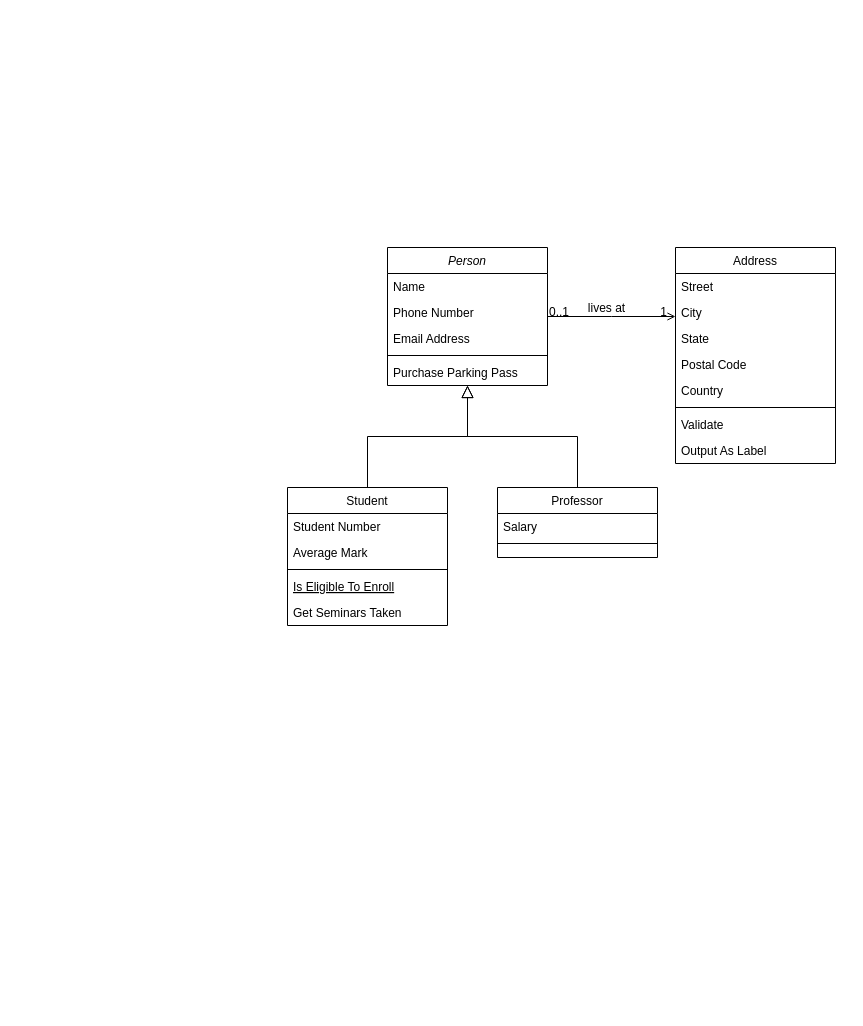
The draw.io diagram Diagrama de Classe - Ferramenta de Produtividade.drawio in Konitch/Diagram, before the edit. Source tidied: cells renumbered, new cells numbered last; positions are measured from the earlier drawing's top-left corner, leaving out a move shared by most shapes. Both pictures are drawn from the tidied source at 100%, with x=0, y=0 at pixel (287, 247).
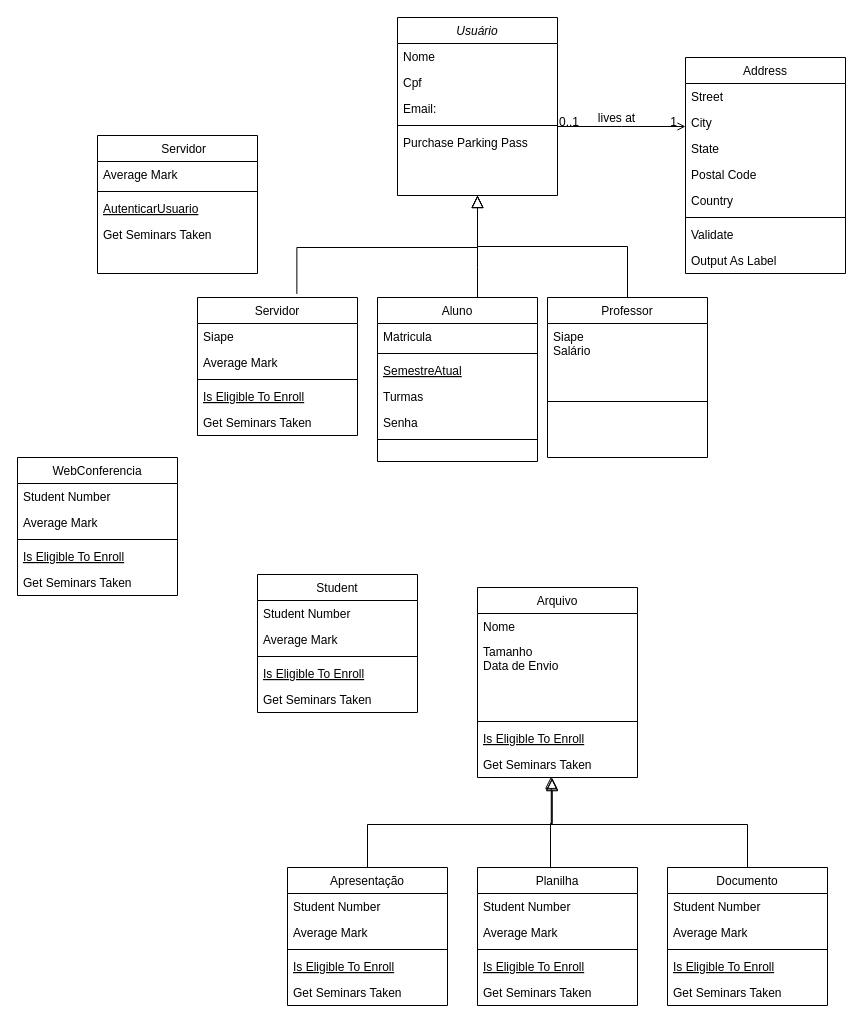
The same diagram, later.

The edit, as a diff of the source:
```diff
@@
-    <mxCell id="2" value="Person" style="swimlane;fontStyle=2;align=center;verticalAlign=top;horizontal=1;startSize=26;rounded=0;shadow=0;strokeWidth=1;" parent="1" vertex="1">
-      <mxGeometry x="100" width="160" height="138" as="geometry" />
+    <mxCell id="2" value="Usuário" style="swimlane;fontStyle=2;align=center;verticalAlign=top;horizontal=1;startSize=26;rounded=0;shadow=0;strokeWidth=1;" parent="1" vertex="1">
+      <mxGeometry x="110" y="-230" width="160" height="178" as="geometry" />
     </mxCell>
-    <mxCell id="3" value="Name" style="text;align=left;verticalAlign=top;spacingLeft=4;spacingRight=4;overflow=hidden;" parent="2" vertex="1">
+    <mxCell id="3" value="Nome" style="text;align=left;verticalAlign=top;spacingLeft=4;spacingRight=4;overflow=hidden;" parent="2" vertex="1">
       <mxGeometry y="26" width="160" height="26" as="geometry" />
     </mxCell>
-    <mxCell id="4" value="Phone Number" style="text;align=left;verticalAlign=top;spacingLeft=4;spacingRight=4;overflow=hidden;rounded=0;shadow=0;html=0;" parent="2" vertex="1">
+    <mxCell id="4" value="Cpf" style="text;align=left;verticalAlign=top;spacingLeft=4;spacingRight=4;overflow=hidden;rounded=0;shadow=0;html=0;" parent="2" vertex="1">
       <mxGeometry y="52" width="160" height="26" as="geometry" />
     </mxCell>
-    <mxCell id="5" value="Email Address" style="text;align=left;verticalAlign=top;spacingLeft=4;spacingRight=4;overflow=hidden;rounded=0;shadow=0;html=0;" parent="2" vertex="1">
+    <mxCell id="5" value="Email:" style="text;align=left;verticalAlign=top;spacingLeft=4;spacingRight=4;overflow=hidden;rounded=0;shadow=0;html=0;" parent="2" vertex="1">
       <mxGeometry y="78" width="160" height="26" as="geometry" />
     </mxCell>
@@
-    <mxCell id="8" value="Student" style="swimlane;fontStyle=0;align=center;verticalAlign=top;horizontal=1;startSize=26;rounded=0;shadow=0;strokeWidth=1;" parent="1" vertex="1">
-      <mxGeometry y="240" width="160" height="138" as="geometry" />
+    <mxCell id="8" value="Aluno" style="swimlane;fontStyle=0;align=center;verticalAlign=top;horizontal=1;startSize=26;rounded=0;shadow=0;strokeWidth=1;" parent="1" vertex="1">
+      <mxGeometry x="90" y="50" width="160" height="164" as="geometry" />
     </mxCell>
-    <mxCell id="9" value="Student Number" style="text;align=left;verticalAlign=top;spacingLeft=4;spacingRight=4;overflow=hidden;" parent="8" vertex="1">
+    <mxCell id="9" value="Matricula" style="text;align=left;verticalAlign=top;spacingLeft=4;spacingRight=4;overflow=hidden;" parent="8" vertex="1">
       <mxGeometry y="26" width="160" height="26" as="geometry" />
     </mxCell>
-    <mxCell id="10" value="Average Mark" style="text;align=left;verticalAlign=top;spacingLeft=4;spacingRight=4;overflow=hidden;rounded=0;shadow=0;html=0;" parent="8" vertex="1">
-      <mxGeometry y="52" width="160" height="26" as="geometry" />
-    </mxCell>
     <mxCell id="11" style="line;html=1;strokeWidth=1;align=left;verticalAlign=middle;spacingTop=-1;spacingLeft=3;spacingRight=3;labelPosition=right;" parent="8" vertex="1">
-      <mxGeometry y="78" width="160" height="8" as="geometry" />
+      <mxGeometry y="52" width="160" height="8" as="geometry" />
     </mxCell>
-    <mxCell id="12" value="Is Eligible To Enroll" style="text;align=left;verticalAlign=top;spacingLeft=4;spacingRight=4;overflow=hidden;fontStyle=4;" parent="8" vertex="1">
-      <mxGeometry y="86" width="160" height="26" as="geometry" />
+    <mxCell id="12" value="SemestreAtual" style="text;align=left;verticalAlign=top;spacingLeft=4;spacingRight=4;overflow=hidden;fontStyle=4;" parent="8" vertex="1">
+      <mxGeometry y="60" width="160" height="26" as="geometry" />
     </mxCell>
+    <mxCell id="32" value="Turmas&#10;" style="text;align=left;verticalAlign=top;spacingLeft=4;spacingRight=4;overflow=hidden;" parent="8" vertex="1">
+      <mxGeometry y="86" width="160" height="26" as="geometry" />
+    </mxCell>
-    <mxCell id="13" value="Get Seminars Taken" style="text;align=left;verticalAlign=top;spacingLeft=4;spacingRight=4;overflow=hidden;" parent="8" vertex="1">
+    <mxCell id="13" value="Senha" style="text;align=left;verticalAlign=top;spacingLeft=4;spacingRight=4;overflow=hidden;" parent="8" vertex="1">
       <mxGeometry y="112" width="160" height="26" as="geometry" />
     </mxCell>
+    <mxCell id="33" style="line;html=1;strokeWidth=1;align=left;verticalAlign=middle;spacingTop=-1;spacingLeft=3;spacingRight=3;labelPosition=right;" parent="8" vertex="1">
+      <mxGeometry y="138" width="160" height="8" as="geometry" />
+    </mxCell>
     <mxCell id="14" style="endArrow=block;endSize=10;endFill=0;shadow=0;strokeWidth=1;rounded=0;edgeStyle=elbowEdgeStyle;elbow=vertical;" parent="1" edge="1" source="8" target="2">
-      <mxGeometry relative="1" as="geometry" />
+      <mxGeometry relative="1" as="geometry">
+        <Array as="points">
+          <mxPoint x="190" y="20" />
+        </Array>
+      </mxGeometry>
     </mxCell>
     <mxCell id="15" value="Professor" style="swimlane;fontStyle=0;align=center;verticalAlign=top;horizontal=1;startSize=26;rounded=0;shadow=0;strokeWidth=1;" parent="1" vertex="1">
-      <mxGeometry x="210" y="240" width="160" height="70" as="geometry" />
+      <mxGeometry x="260" y="50" width="160" height="160" as="geometry" />
     </mxCell>
-    <mxCell id="16" value="Salary" style="text;align=left;verticalAlign=top;spacingLeft=4;spacingRight=4;overflow=hidden;" parent="15" vertex="1">
-      <mxGeometry y="26" width="160" height="26" as="geometry" />
+    <mxCell id="16" value="Siape&#10;Salário" style="text;align=left;verticalAlign=top;spacingLeft=4;spacingRight=4;overflow=hidden;" parent="15" vertex="1">
+      <mxGeometry y="26" width="160" height="74" as="geometry" />
     </mxCell>
     <mxCell id="17" style="line;html=1;strokeWidth=1;align=left;verticalAlign=middle;spacingTop=-1;spacingLeft=3;spacingRight=3;labelPosition=right;" parent="15" vertex="1">
-      <mxGeometry y="52" width="160" height="8" as="geometry" />
+      <mxGeometry y="100" width="160" height="8" as="geometry" />
     </mxCell>
@@
     <mxCell id="19" value="Address" style="swimlane;fontStyle=0;align=center;verticalAlign=top;horizontal=1;startSize=26;rounded=0;shadow=0;strokeWidth=1;" parent="1" vertex="1">
-      <mxGeometry x="388" width="160" height="216" as="geometry" />
+      <mxGeometry x="398" y="-190" width="160" height="216" as="geometry" />
     </mxCell>
@@
+    <mxCell id="34" value="Documento" style="swimlane;fontStyle=0;align=center;verticalAlign=top;horizontal=1;startSize=26;rounded=0;shadow=0;strokeWidth=1;" parent="1" vertex="1">
+      <mxGeometry x="380" y="620" width="160" height="138" as="geometry" />
+    </mxCell>
+    <mxCell id="35" value="Student Number" style="text;align=left;verticalAlign=top;spacingLeft=4;spacingRight=4;overflow=hidden;" parent="34" vertex="1">
+      <mxGeometry y="26" width="160" height="26" as="geometry" />
+    </mxCell>
+    <mxCell id="36" value="Average Mark" style="text;align=left;verticalAlign=top;spacingLeft=4;spacingRight=4;overflow=hidden;rounded=0;shadow=0;html=0;" parent="34" vertex="1">
+      <mxGeometry y="52" width="160" height="26" as="geometry" />
+    </mxCell>
+    <mxCell id="37" style="line;html=1;strokeWidth=1;align=left;verticalAlign=middle;spacingTop=-1;spacingLeft=3;spacingRight=3;labelPosition=right;" parent="34" vertex="1">
+      <mxGeometry y="78" width="160" height="8" as="geometry" />
+    </mxCell>
+    <mxCell id="38" value="Is Eligible To Enroll" style="text;align=left;verticalAlign=top;spacingLeft=4;spacingRight=4;overflow=hidden;fontStyle=4;" parent="34" vertex="1">
+      <mxGeometry y="86" width="160" height="26" as="geometry" />
+    </mxCell>
+    <mxCell id="39" value="Get Seminars Taken" style="text;align=left;verticalAlign=top;spacingLeft=4;spacingRight=4;overflow=hidden;" parent="34" vertex="1">
+      <mxGeometry y="112" width="160" height="26" as="geometry" />
+    </mxCell>
+    <mxCell id="40" value="Arquivo" style="swimlane;fontStyle=0;align=center;verticalAlign=top;horizontal=1;startSize=26;rounded=0;shadow=0;strokeWidth=1;" parent="1" vertex="1">
+      <mxGeometry x="190" y="340" width="160" height="190" as="geometry" />
+    </mxCell>
+    <mxCell id="41" value="Nome" style="text;align=left;verticalAlign=top;spacingLeft=4;spacingRight=4;overflow=hidden;" parent="40" vertex="1">
+      <mxGeometry y="26" width="160" height="26" as="geometry" />
+    </mxCell>
+    <mxCell id="42" value="Tamanho&lt;br&gt;Data de Envio" style="text;align=left;verticalAlign=top;spacingLeft=4;spacingRight=0;overflow=hidden;rounded=0;shadow=0;spacingTop=-1;spacingBottom=0;spacing=2;html=1;" parent="40" vertex="1">
+      <mxGeometry y="52" width="160" height="78" as="geometry" />
+    </mxCell>
+    <mxCell id="43" style="line;html=1;strokeWidth=1;align=left;verticalAlign=middle;spacingTop=-1;spacingLeft=3;spacingRight=3;labelPosition=right;" parent="40" vertex="1">
+      <mxGeometry y="130" width="160" height="8" as="geometry" />
+    </mxCell>
+    <mxCell id="44" value="Is Eligible To Enroll" style="text;align=left;verticalAlign=top;spacingLeft=4;spacingRight=4;overflow=hidden;fontStyle=4;" parent="40" vertex="1">
+      <mxGeometry y="138" width="160" height="26" as="geometry" />
+    </mxCell>
+    <mxCell id="45" value="Get Seminars Taken" style="text;align=left;verticalAlign=top;spacingLeft=4;spacingRight=4;overflow=hidden;points=[[0,0.5],[1,0.5]];portConstraint=eastwest;" parent="40" vertex="1">
+      <mxGeometry y="164" width="160" height="26" as="geometry" />
+    </mxCell>
+    <mxCell id="46" value="Planilha" style="swimlane;fontStyle=0;align=center;verticalAlign=top;horizontal=1;startSize=26;rounded=0;shadow=0;strokeWidth=1;" parent="1" vertex="1">
+      <mxGeometry x="190" y="620" width="160" height="138" as="geometry" />
+    </mxCell>
+    <mxCell id="47" value="Student Number" style="text;align=left;verticalAlign=top;spacingLeft=4;spacingRight=4;overflow=hidden;" parent="46" vertex="1">
+      <mxGeometry y="26" width="160" height="26" as="geometry" />
+    </mxCell>
+    <mxCell id="48" value="Average Mark" style="text;align=left;verticalAlign=top;spacingLeft=4;spacingRight=4;overflow=hidden;rounded=0;shadow=0;html=0;" parent="46" vertex="1">
+      <mxGeometry y="52" width="160" height="26" as="geometry" />
+    </mxCell>
+    <mxCell id="49" style="line;html=1;strokeWidth=1;align=left;verticalAlign=middle;spacingTop=-1;spacingLeft=3;spacingRight=3;labelPosition=right;" parent="46" vertex="1">
+      <mxGeometry y="78" width="160" height="8" as="geometry" />
+    </mxCell>
+    <mxCell id="50" value="Is Eligible To Enroll" style="text;align=left;verticalAlign=top;spacingLeft=4;spacingRight=4;overflow=hidden;fontStyle=4;" parent="46" vertex="1">
+      <mxGeometry y="86" width="160" height="26" as="geometry" />
+    </mxCell>
+    <mxCell id="51" value="Get Seminars Taken" style="text;align=left;verticalAlign=top;spacingLeft=4;spacingRight=4;overflow=hidden;" parent="46" vertex="1">
+      <mxGeometry y="112" width="160" height="26" as="geometry" />
+    </mxCell>
+    <mxCell id="52" value="Apresentação" style="swimlane;fontStyle=0;align=center;verticalAlign=top;horizontal=1;startSize=26;rounded=0;shadow=0;strokeWidth=1;" parent="1" vertex="1">
+      <mxGeometry y="620" width="160" height="138" as="geometry" />
+    </mxCell>
+    <mxCell id="53" value="Student Number" style="text;align=left;verticalAlign=top;spacingLeft=4;spacingRight=4;overflow=hidden;" parent="52" vertex="1">
+      <mxGeometry y="26" width="160" height="26" as="geometry" />
+    </mxCell>
+    <mxCell id="54" value="Average Mark" style="text;align=left;verticalAlign=top;spacingLeft=4;spacingRight=4;overflow=hidden;rounded=0;shadow=0;html=0;" parent="52" vertex="1">
+      <mxGeometry y="52" width="160" height="26" as="geometry" />
+    </mxCell>
+    <mxCell id="55" style="line;html=1;strokeWidth=1;align=left;verticalAlign=middle;spacingTop=-1;spacingLeft=3;spacingRight=3;labelPosition=right;" parent="52" vertex="1">
+      <mxGeometry y="78" width="160" height="8" as="geometry" />
+    </mxCell>
+    <mxCell id="56" value="Is Eligible To Enroll" style="text;align=left;verticalAlign=top;spacingLeft=4;spacingRight=4;overflow=hidden;fontStyle=4;" parent="52" vertex="1">
+      <mxGeometry y="86" width="160" height="26" as="geometry" />
+    </mxCell>
+    <mxCell id="57" value="Get Seminars Taken" style="text;align=left;verticalAlign=top;spacingLeft=4;spacingRight=4;overflow=hidden;" parent="52" vertex="1">
+      <mxGeometry y="112" width="160" height="26" as="geometry" />
+    </mxCell>
+    <mxCell id="58" value="Student" style="swimlane;fontStyle=0;align=center;verticalAlign=top;horizontal=1;startSize=26;rounded=0;shadow=0;strokeWidth=1;" parent="1" vertex="1">
+      <mxGeometry x="-30" y="327" width="160" height="138" as="geometry" />
+    </mxCell>
+    <mxCell id="59" value="Student Number" style="text;align=left;verticalAlign=top;spacingLeft=4;spacingRight=4;overflow=hidden;" parent="58" vertex="1">
+      <mxGeometry y="26" width="160" height="26" as="geometry" />
+    </mxCell>
+    <mxCell id="60" value="Average Mark" style="text;align=left;verticalAlign=top;spacingLeft=4;spacingRight=4;overflow=hidden;rounded=0;shadow=0;html=0;" parent="58" vertex="1">
+      <mxGeometry y="52" width="160" height="26" as="geometry" />
+    </mxCell>
+    <mxCell id="61" style="line;html=1;strokeWidth=1;align=left;verticalAlign=middle;spacingTop=-1;spacingLeft=3;spacingRight=3;labelPosition=right;" parent="58" vertex="1">
+      <mxGeometry y="78" width="160" height="8" as="geometry" />
+    </mxCell>
+    <mxCell id="62" value="Is Eligible To Enroll" style="text;align=left;verticalAlign=top;spacingLeft=4;spacingRight=4;overflow=hidden;fontStyle=4;" parent="58" vertex="1">
+      <mxGeometry y="86" width="160" height="26" as="geometry" />
+    </mxCell>
+    <mxCell id="63" value="Get Seminars Taken" style="text;align=left;verticalAlign=top;spacingLeft=4;spacingRight=4;overflow=hidden;" parent="58" vertex="1">
+      <mxGeometry y="112" width="160" height="26" as="geometry" />
+    </mxCell>
+    <mxCell id="64" value="Servidor" style="swimlane;fontStyle=0;align=center;verticalAlign=top;horizontal=1;startSize=26;rounded=0;shadow=0;strokeWidth=1;" parent="1" vertex="1">
+      <mxGeometry x="-90" y="50" width="160" height="138" as="geometry" />
+    </mxCell>
+    <mxCell id="65" value="Siape" style="text;align=left;verticalAlign=top;spacingLeft=4;spacingRight=4;overflow=hidden;" parent="64" vertex="1">
+      <mxGeometry y="26" width="160" height="26" as="geometry" />
+    </mxCell>
+    <mxCell id="66" value="Average Mark" style="text;align=left;verticalAlign=top;spacingLeft=4;spacingRight=4;overflow=hidden;rounded=0;shadow=0;html=0;" parent="64" vertex="1">
+      <mxGeometry y="52" width="160" height="26" as="geometry" />
+    </mxCell>
+    <mxCell id="67" style="line;html=1;strokeWidth=1;align=left;verticalAlign=middle;spacingTop=-1;spacingLeft=3;spacingRight=3;labelPosition=right;" parent="64" vertex="1">
+      <mxGeometry y="78" width="160" height="8" as="geometry" />
+    </mxCell>
+    <mxCell id="68" value="Is Eligible To Enroll" style="text;align=left;verticalAlign=top;spacingLeft=4;spacingRight=4;overflow=hidden;fontStyle=4;" parent="64" vertex="1">
+      <mxGeometry y="86" width="160" height="26" as="geometry" />
+    </mxCell>
+    <mxCell id="69" value="Get Seminars Taken" style="text;align=left;verticalAlign=top;spacingLeft=4;spacingRight=4;overflow=hidden;" parent="64" vertex="1">
+      <mxGeometry y="112" width="160" height="26" as="geometry" />
+    </mxCell>
+    <mxCell id="70" value="    Servidor" style="swimlane;fontStyle=0;align=center;verticalAlign=top;horizontal=1;startSize=26;rounded=0;shadow=0;strokeWidth=1;" parent="1" vertex="1">
+      <mxGeometry x="-190" y="-112" width="160" height="138" as="geometry" />
+    </mxCell>
+    <mxCell id="71" value="Average Mark" style="text;align=left;verticalAlign=top;spacingLeft=4;spacingRight=4;overflow=hidden;rounded=0;shadow=0;html=0;" parent="70" vertex="1">
+      <mxGeometry y="26" width="160" height="26" as="geometry" />
+    </mxCell>
+    <mxCell id="72" style="line;html=1;strokeWidth=1;align=left;verticalAlign=middle;spacingTop=-1;spacingLeft=3;spacingRight=3;labelPosition=right;" parent="70" vertex="1">
+      <mxGeometry y="52" width="160" height="8" as="geometry" />
+    </mxCell>
+    <mxCell id="73" value="AutenticarUsuario" style="text;align=left;verticalAlign=top;spacingLeft=4;spacingRight=4;overflow=hidden;fontStyle=4;" parent="70" vertex="1">
+      <mxGeometry y="60" width="160" height="26" as="geometry" />
+    </mxCell>
+    <mxCell id="74" value="Get Seminars Taken" style="text;align=left;verticalAlign=top;spacingLeft=4;spacingRight=4;overflow=hidden;" parent="70" vertex="1">
+      <mxGeometry y="86" width="160" height="26" as="geometry" />
+    </mxCell>
+    <mxCell id="75" value="WebConferencia" style="swimlane;fontStyle=0;align=center;verticalAlign=top;horizontal=1;startSize=26;rounded=0;shadow=0;strokeWidth=1;" parent="1" vertex="1">
+      <mxGeometry x="-270" y="210" width="160" height="138" as="geometry" />
+    </mxCell>
+    <mxCell id="76" value="Student Number" style="text;align=left;verticalAlign=top;spacingLeft=4;spacingRight=4;overflow=hidden;" parent="75" vertex="1">
+      <mxGeometry y="26" width="160" height="26" as="geometry" />
+    </mxCell>
+    <mxCell id="77" value="Average Mark" style="text;align=left;verticalAlign=top;spacingLeft=4;spacingRight=4;overflow=hidden;rounded=0;shadow=0;html=0;" parent="75" vertex="1">
+      <mxGeometry y="52" width="160" height="26" as="geometry" />
+    </mxCell>
+    <mxCell id="78" style="line;html=1;strokeWidth=1;align=left;verticalAlign=middle;spacingTop=-1;spacingLeft=3;spacingRight=3;labelPosition=right;" parent="75" vertex="1">
+      <mxGeometry y="78" width="160" height="8" as="geometry" />
+    </mxCell>
+    <mxCell id="79" value="Is Eligible To Enroll" style="text;align=left;verticalAlign=top;spacingLeft=4;spacingRight=4;overflow=hidden;fontStyle=4;" parent="75" vertex="1">
+      <mxGeometry y="86" width="160" height="26" as="geometry" />
+    </mxCell>
+    <mxCell id="80" value="Get Seminars Taken" style="text;align=left;verticalAlign=top;spacingLeft=4;spacingRight=4;overflow=hidden;" parent="75" vertex="1">
+      <mxGeometry y="112" width="160" height="26" as="geometry" />
+    </mxCell>
+    <mxCell id="81" style="endArrow=block;endSize=10;endFill=0;shadow=0;strokeWidth=1;rounded=0;edgeStyle=elbowEdgeStyle;elbow=vertical;exitX=0.621;exitY=-0.026;exitDx=0;exitDy=0;exitPerimeter=0;" parent="1" edge="1" source="64">
+      <mxGeometry relative="1" as="geometry">
+        <mxPoint x="190" y="-52" as="targetPoint" />
+        <Array as="points">
+          <mxPoint x="150" />
+          <mxPoint x="100" />
+        </Array>
+      </mxGeometry>
+    </mxCell>
+    <mxCell id="82" style="endArrow=block;endSize=10;endFill=0;shadow=0;strokeWidth=1;rounded=0;edgeStyle=elbowEdgeStyle;elbow=vertical;entryX=0.466;entryY=1.046;entryDx=0;entryDy=0;entryPerimeter=0;exitX=0.456;exitY=0.012;exitDx=0;exitDy=0;exitPerimeter=0;" parent="1" edge="1" target="45">
+      <mxGeometry relative="1" as="geometry">
+        <mxPoint x="263" y="620.7" as="sourcePoint" />
+      </mxGeometry>
+    </mxCell>
+    <mxCell id="83" style="endArrow=block;endSize=10;endFill=0;shadow=0;strokeWidth=1;rounded=0;edgeStyle=elbowEdgeStyle;elbow=vertical;entryX=0.466;entryY=1.015;entryDx=0;entryDy=0;entryPerimeter=0;" parent="1" edge="1" source="52" target="45">
+      <mxGeometry relative="1" as="geometry">
+        <Array as="points">
+          <mxPoint x="230" y="577" />
+        </Array>
+      </mxGeometry>
+    </mxCell>
+    <mxCell id="84" style="endArrow=block;endSize=10;endFill=0;shadow=0;strokeWidth=1;rounded=0;edgeStyle=elbowEdgeStyle;elbow=vertical;exitX=0.5;exitY=0;exitDx=0;exitDy=0;entryX=0.461;entryY=0.954;entryDx=0;entryDy=0;entryPerimeter=0;" parent="1" edge="1" source="34" target="45">
+      <mxGeometry relative="1" as="geometry">
+        <Array as="points">
+          <mxPoint x="228.1" y="577" />
+        </Array>
+      </mxGeometry>
+    </mxCell>
```
